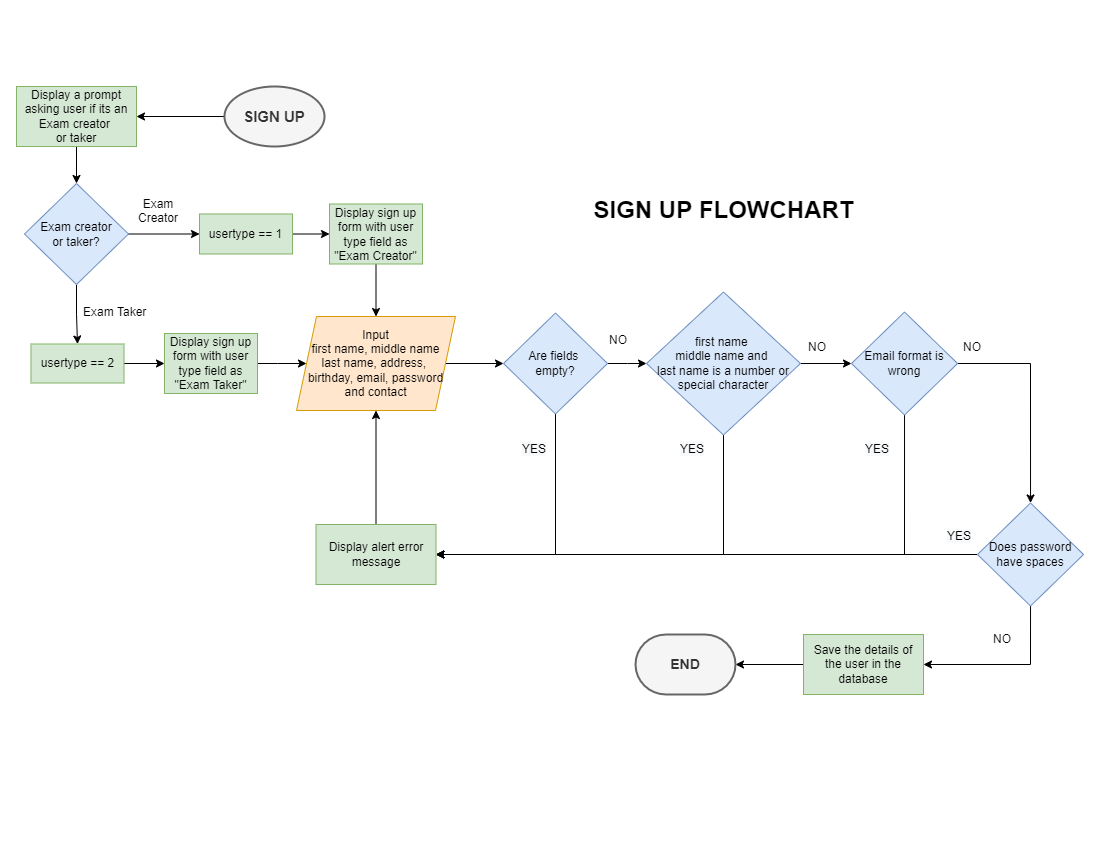
Earlier version of the draw.io export Gallardo/OnlineExam/online exam flowcharts/Online exam flowchart-SIGN UP FLOWCHART.drawio.png (walteribloguintoledo/PUP2022). Source tidied: cells renumbered, new cells last; positions are measured from the earlier drawing's top-left corner, leaving out a move shared by most shapes.
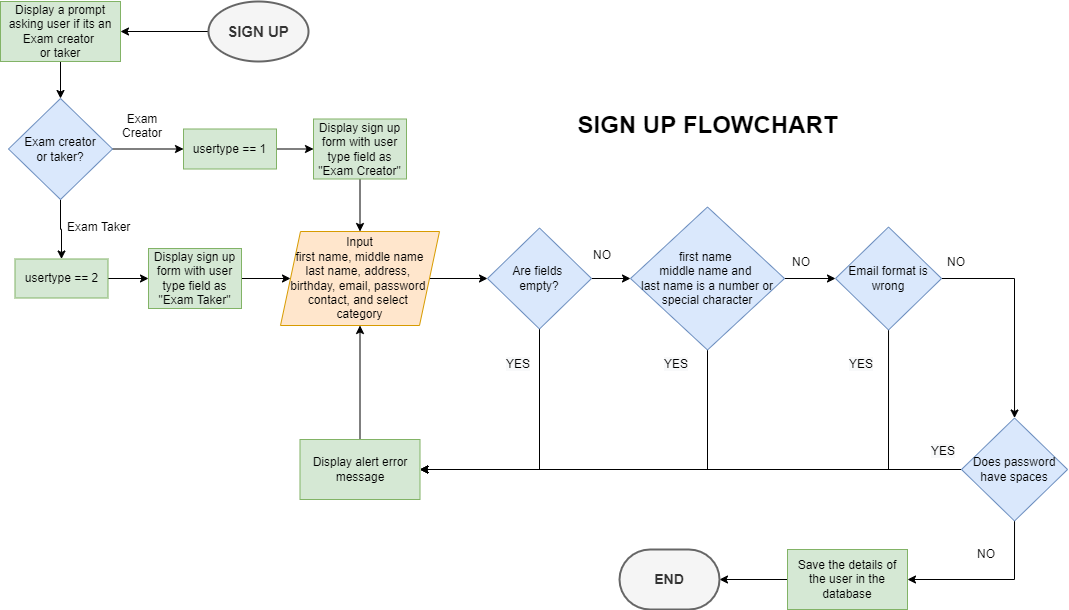
After the change.

The edit, as a diff of the source:
```diff
@@ -41,7 +41,7 @@
     <mxCell id="14" style="edgeStyle=orthogonalEdgeStyle;rounded=0;jettySize=auto;html=1;" parent="1" edge="1" source="15" target="24">
       <mxGeometry relative="1" as="geometry" />
     </mxCell>
-    <mxCell id="15" value="Input&lt;br&gt;first name, middle name&lt;br&gt;last name, address, &lt;br&gt;birthday, email, password and contact" style="shape=parallelogram;perimeter=parallelogramPerimeter;whiteSpace=wrap;html=1;fixedSize=1;fillColor=#ffe6cc;strokeColor=#d79b00;" parent="1" vertex="1">
+    <mxCell id="15" value="Input&lt;br&gt;first name, middle name&lt;br&gt;last name, address, &lt;br&gt;birthday, email, password&amp;nbsp; contact, and select &lt;br&gt;category" style="shape=parallelogram;perimeter=parallelogramPerimeter;whiteSpace=wrap;html=1;fixedSize=1;fillColor=#ffe6cc;strokeColor=#d79b00;" parent="1" vertex="1">
       <mxGeometry x="280" y="230" width="159" height="94" as="geometry" />
     </mxCell>
     <mxCell id="16" style="edgeStyle=orthogonalEdgeStyle;rounded=0;jettySize=auto;html=1;" parent="1" edge="1" source="17" target="15">
```
